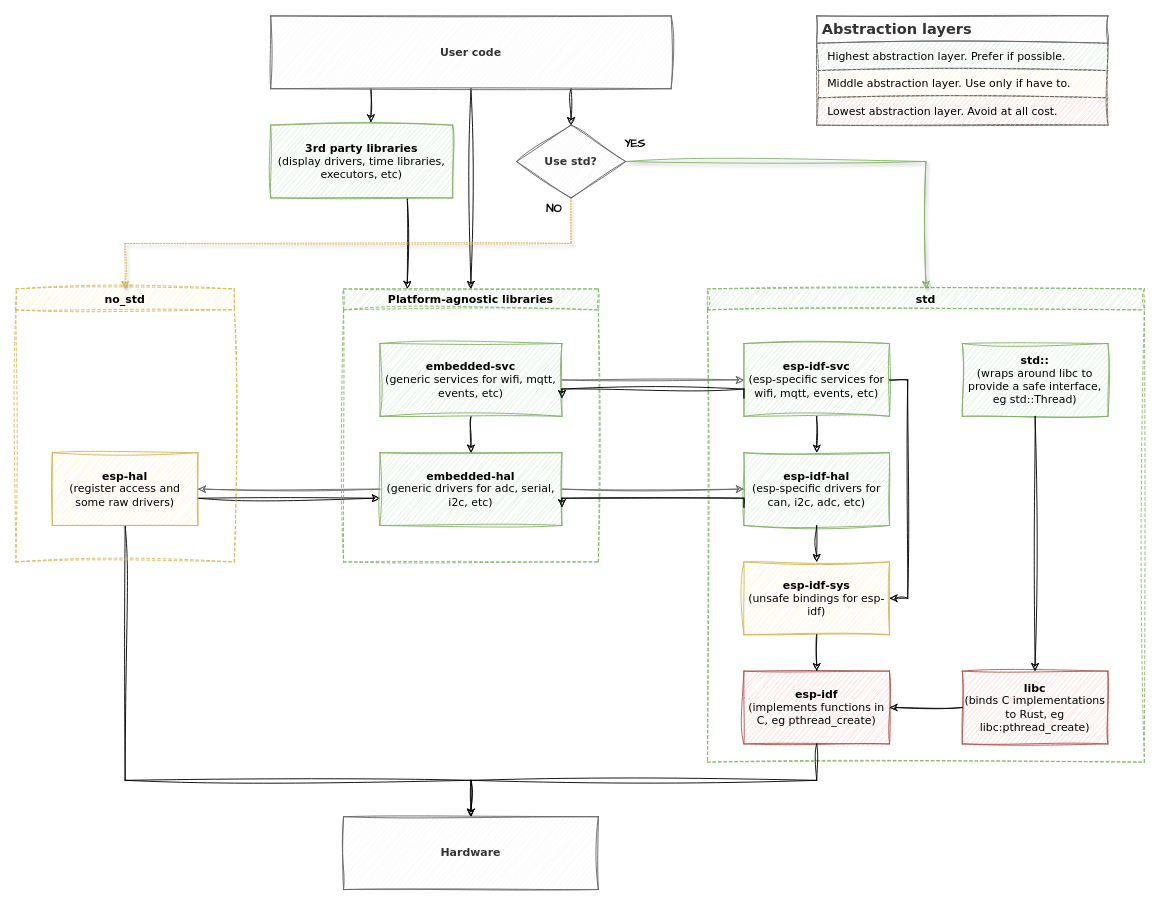
Before: Untitled Diagram.drawio in JaagupAverin/drawio-new, a draw.io diagram. Source tidied: cells renumbered, new cells numbered last; positions are measured from the earlier drawing's top-left corner, leaving out a move shared by most shapes. Both pictures are drawn from the tidied source at 91%, with x=0, y=0 at pixel (15, 15).
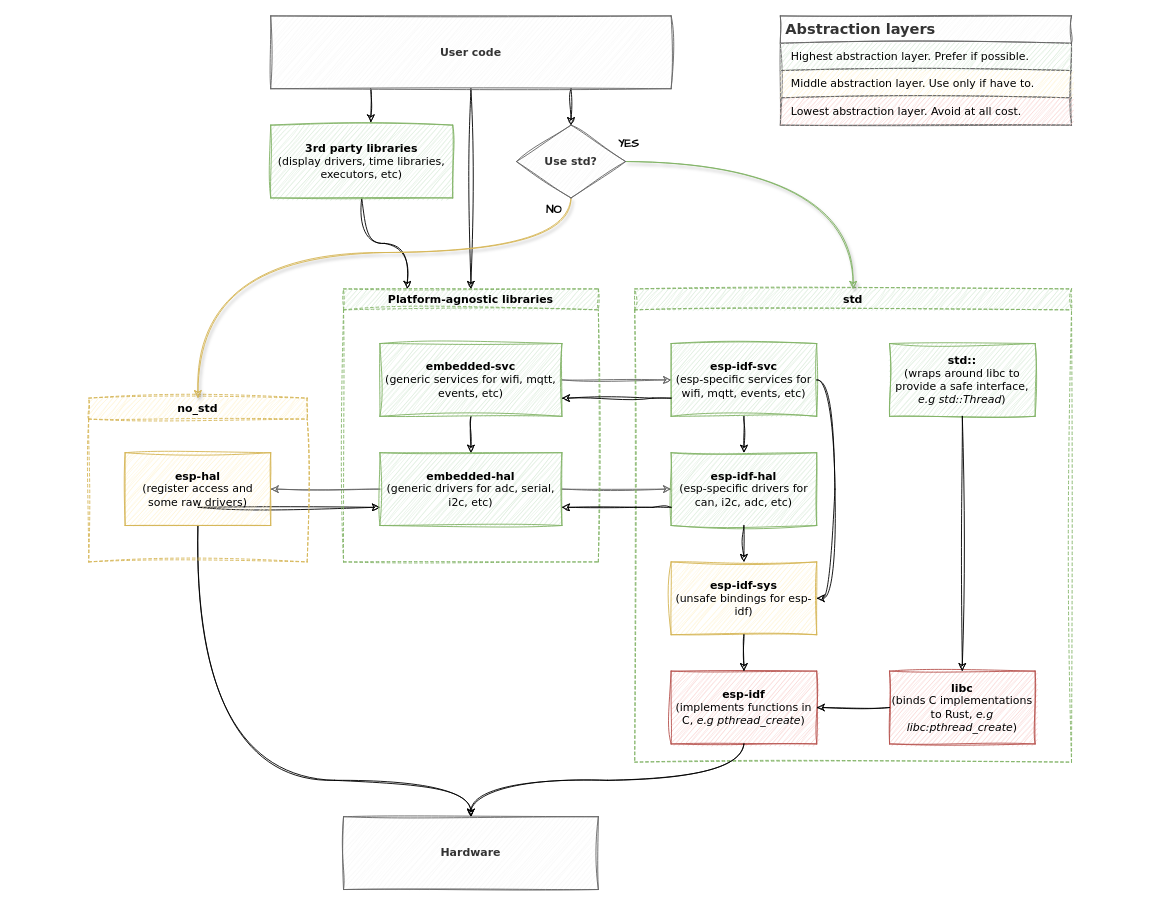
The same diagram, later.

The change refers to these unchanged cells:
```xml
<mxCell id="5" value="&lt;b&gt;Hardware&lt;/b&gt;" style="whiteSpace=wrap;html=1;rounded=0;fillColor=#f5f5f5;strokeColor=#666666;fontColor=#333333;sketch=1;curveFitting=1;jiggle=2;fontFamily=Verdana;" parent="1" vertex="1">
  <mxGeometry x="360" y="880" width="280" height="80" as="geometry" />
</mxCell>
<mxCell id="7" value="&lt;b&gt;3rd party libraries&lt;br&gt;&lt;/b&gt;(display drivers, time libraries, executors, etc)" style="whiteSpace=wrap;html=1;fillColor=#d5e8d4;strokeColor=#82b366;sketch=1;curveFitting=1;jiggle=2;fontFamily=Verdana;" parent="1" vertex="1">
  <mxGeometry x="280" y="120" width="200" height="80" as="geometry" />
</mxCell>
<mxCell id="10" value="&lt;b&gt;embedded-hal&lt;/b&gt;&lt;br&gt;(generic drivers for adc, serial, i2c, etc)" style="whiteSpace=wrap;html=1;rounded=0;fillColor=#d5e8d4;strokeColor=#82b366;sketch=1;curveFitting=1;jiggle=2;fontFamily=Verdana;" parent="1" vertex="1">
  <mxGeometry x="400" y="480" width="200" height="80" as="geometry" />
</mxCell>
<mxCell id="13" value="&lt;b&gt;embedded-svc&lt;/b&gt;&lt;br&gt;(generic services for wifi, mqtt, events, etc)" style="whiteSpace=wrap;html=1;fillColor=#d5e8d4;strokeColor=#82b366;sketch=1;curveFitting=1;jiggle=2;fontFamily=Verdana;" parent="1" vertex="1">
  <mxGeometry x="400" y="360" width="200" height="80" as="geometry" />
</mxCell>
<mxCell id="18" value="Platform-agnostic libraries" style="swimlane;whiteSpace=wrap;html=1;dashed=1;fillColor=#d5e8d4;strokeColor=#82b366;sketch=1;curveFitting=1;jiggle=2;fontFamily=Verdana;" parent="1" vertex="1">
  <mxGeometry x="360" y="300" width="280" height="300" as="geometry" />
</mxCell>
<mxCell id="21" value="&lt;b&gt;esp-idf-hal&lt;br&gt;&lt;/b&gt;(esp-specific drivers for can, i2c, adc, etc)" style="whiteSpace=wrap;html=1;fillColor=#d5e8d4;strokeColor=#82b366;sketch=1;curveFitting=1;jiggle=2;fontFamily=Verdana;" parent="20" vertex="1">
  <mxGeometry x="40" y="180" width="160" height="80" as="geometry" />
</mxCell>
<mxCell id="23" value="&lt;b&gt;esp-idf-svc&lt;/b&gt;&lt;br&gt;(esp-specific services for wifi, mqtt, events, etc)" style="whiteSpace=wrap;html=1;fillColor=#d5e8d4;strokeColor=#82b366;sketch=1;curveFitting=1;jiggle=2;fontFamily=Verdana;" parent="20" vertex="1">
  <mxGeometry x="40" y="60" width="160" height="80" as="geometry" />
</mxCell>
<mxCell id="24" value="&lt;b&gt;esp-idf-sys&lt;br&gt;&lt;/b&gt;(unsafe bindings for esp-idf)" style="whiteSpace=wrap;html=1;fillColor=#fff2cc;strokeColor=#d6b656;sketch=1;curveFitting=1;jiggle=2;fontFamily=Verdana;" parent="20" vertex="1">
  <mxGeometry x="40" y="300" width="160" height="80" as="geometry" />
</mxCell>
<mxCell id="38" value="&lt;b&gt;Use std?&lt;/b&gt;" style="rhombus;whiteSpace=wrap;html=1;fillColor=#f5f5f5;strokeColor=#666666;fontColor=#333333;sketch=1;curveFitting=1;jiggle=2;fontFamily=Verdana;" parent="1" vertex="1">
  <mxGeometry x="550" y="120" width="120" height="80" as="geometry" />
</mxCell>
```

What changed in the source:
```diff
@@
-    <mxCell id="2" style="edgeStyle=orthogonalEdgeStyle;rounded=0;jettySize=auto;html=1;exitX=0.5;exitY=1;exitDx=0;exitDy=0;sketch=1;curveFitting=1;jiggle=2;fontFamily=Verdana;" parent="1" edge="1" source="4" target="5">
+    <mxCell id="2" style="edgeStyle=orthogonalEdgeStyle;jettySize=auto;html=1;exitX=0.5;exitY=1;exitDx=0;exitDy=0;sketch=1;curveFitting=1;jiggle=2;fontFamily=Verdana;curved=1;" parent="1" edge="1" source="4" target="5">
       <mxGeometry relative="1" as="geometry">
         <Array as="points">
-          <mxPoint x="120" y="840" />
+          <mxPoint x="200" y="840" />
           <mxPoint x="500" y="840" />
         </Array>
       </mxGeometry>
     </mxCell>
     <mxCell id="3" style="edgeStyle=orthogonalEdgeStyle;rounded=0;orthogonalLoop=1;jettySize=auto;html=1;exitX=1;exitY=0.75;exitDx=0;exitDy=0;entryX=0;entryY=0.75;entryDx=0;entryDy=0;sketch=1;curveFitting=1;jiggle=2;" parent="1" edge="1">
       <mxGeometry relative="1" as="geometry">
-        <mxPoint x="200" y="530" as="sourcePoint" />
-        <mxPoint x="400" y="530" as="targetPoint" />
+        <mxPoint x="200" y="540" as="sourcePoint" />
+        <mxPoint x="400" y="540" as="targetPoint" />
       </mxGeometry>
     </mxCell>
     <mxCell id="4" value="&lt;b&gt;esp-hal&lt;/b&gt;&lt;br&gt;(register access and some raw drivers)" style="rounded=0;whiteSpace=wrap;html=1;fillColor=#fff2cc;strokeColor=#d6b656;sketch=1;curveFitting=1;jiggle=2;fontFamily=Verdana;" parent="1" vertex="1">
-      <mxGeometry x="40" y="480" width="160" height="80" as="geometry" />
+      <mxGeometry x="120" y="480" width="160" height="80" as="geometry" />
     </mxCell>
@@
-    <mxCell id="6" style="edgeStyle=orthogonalEdgeStyle;rounded=0;jettySize=auto;html=1;exitX=0.75;exitY=1;exitDx=0;exitDy=0;entryX=0.25;entryY=0;entryDx=0;entryDy=0;sketch=1;curveFitting=1;jiggle=2;fontFamily=Verdana;" parent="1" edge="1" source="7" target="18">
+    <mxCell id="6" style="edgeStyle=orthogonalEdgeStyle;jettySize=auto;html=1;exitX=0.5;exitY=1;exitDx=0;exitDy=0;entryX=0.25;entryY=0;entryDx=0;entryDy=0;sketch=1;curveFitting=1;jiggle=2;fontFamily=Verdana;curved=1;" parent="1" edge="1" source="7" target="18">
       <mxGeometry relative="1" as="geometry" />
     </mxCell>
@@
     <mxCell id="19" value="no_std" style="swimlane;whiteSpace=wrap;html=1;dashed=1;fillColor=#fff2cc;strokeColor=#d6b656;sketch=1;curveFitting=1;jiggle=2;shadow=0;fontFamily=Verdana;" parent="1" vertex="1">
-      <mxGeometry y="300" width="240" height="300" as="geometry" />
+      <mxGeometry x="80" y="420" width="240" height="180" as="geometry" />
     </mxCell>
     <mxCell id="20" value="std" style="swimlane;whiteSpace=wrap;html=1;dashed=1;fillColor=#d5e8d4;strokeColor=#82b366;glass=0;shadow=0;sketch=1;curveFitting=1;jiggle=2;fontFamily=Verdana;" parent="1" vertex="1">
-      <mxGeometry x="760" y="300" width="480" height="520" as="geometry" />
+      <mxGeometry x="680" y="300" width="480" height="520" as="geometry" />
     </mxCell>
@@
-    <mxCell id="26" style="edgeStyle=orthogonalEdgeStyle;rounded=0;jettySize=auto;html=1;exitX=1;exitY=0.5;exitDx=0;exitDy=0;entryX=1;entryY=0.5;entryDx=0;entryDy=0;sketch=1;curveFitting=1;jiggle=2;fontFamily=Verdana;" parent="20" edge="1" source="23" target="24">
+    <mxCell id="26" style="edgeStyle=orthogonalEdgeStyle;jettySize=auto;html=1;exitX=1;exitY=0.5;exitDx=0;exitDy=0;entryX=1;entryY=0.5;entryDx=0;entryDy=0;sketch=1;curveFitting=1;jiggle=2;fontFamily=Verdana;curved=1;" parent="20" edge="1" source="23" target="24">
       <mxGeometry relative="1" as="geometry" />
     </mxCell>
-    <mxCell id="27" value="&lt;b&gt;esp-idf&lt;/b&gt;&lt;br&gt;(implements functions in C, eg pthread_create)" style="whiteSpace=wrap;html=1;fillColor=#f8cecc;strokeColor=#b85450;sketch=1;curveFitting=1;jiggle=2;fontFamily=Verdana;" parent="20" vertex="1">
+    <mxCell id="27" value="&lt;b&gt;esp-idf&lt;/b&gt;&lt;br&gt;(implements functions in C,&lt;i&gt; e.g pthread_create&lt;/i&gt;)" style="whiteSpace=wrap;html=1;fillColor=#f8cecc;strokeColor=#b85450;sketch=1;curveFitting=1;jiggle=2;fontFamily=Verdana;" parent="20" vertex="1">
       <mxGeometry x="40" y="420" width="160" height="80" as="geometry" />
     </mxCell>
@@
-    <mxCell id="29" value="&lt;b&gt;std::&lt;/b&gt;&lt;br&gt;(wraps around libc to provide a safe interface, eg std::Thread)" style="whiteSpace=wrap;html=1;fillColor=#d5e8d4;strokeColor=#82b366;sketch=1;curveFitting=1;jiggle=2;fontFamily=Verdana;" parent="20" vertex="1">
+    <mxCell id="29" value="&lt;b&gt;std::&lt;/b&gt;&lt;br&gt;(wraps around libc to provide a safe interface, &lt;i&gt;e.g std::Thread&lt;/i&gt;)" style="whiteSpace=wrap;html=1;fillColor=#d5e8d4;strokeColor=#82b366;sketch=1;curveFitting=1;jiggle=2;fontFamily=Verdana;" parent="20" vertex="1">
       <mxGeometry x="280" y="60" width="160" height="80" as="geometry" />
     </mxCell>
-    <mxCell id="30" value="&lt;b&gt;libc&lt;/b&gt;&lt;br&gt;(binds C implementations to Rust, eg libc:pthread_create)" style="whiteSpace=wrap;html=1;fillColor=#f8cecc;strokeColor=#b85450;sketch=1;curveFitting=1;jiggle=2;fontFamily=Verdana;" parent="20" vertex="1">
+    <mxCell id="30" value="&lt;b&gt;libc&lt;/b&gt;&lt;br&gt;(binds C implementations to Rust,&lt;i&gt; e.g libc:pthread_create&lt;/i&gt;)" style="whiteSpace=wrap;html=1;fillColor=#f8cecc;strokeColor=#b85450;sketch=1;curveFitting=1;jiggle=2;fontFamily=Verdana;" parent="20" vertex="1">
       <mxGeometry x="280" y="420" width="160" height="80" as="geometry" />
     </mxCell>
@@
-    <mxCell id="33" style="edgeStyle=orthogonalEdgeStyle;rounded=0;jettySize=auto;html=1;exitX=0.5;exitY=1;exitDx=0;exitDy=0;entryX=0.5;entryY=0;entryDx=0;entryDy=0;sketch=1;curveFitting=1;jiggle=2;fontFamily=Verdana;" parent="1" edge="1" source="27" target="5">
+    <mxCell id="33" style="edgeStyle=orthogonalEdgeStyle;jettySize=auto;html=1;exitX=0.5;exitY=1;exitDx=0;exitDy=0;entryX=0.5;entryY=0;entryDx=0;entryDy=0;sketch=1;curveFitting=1;jiggle=2;fontFamily=Verdana;curved=1;" parent="1" edge="1" source="27" target="5">
       <mxGeometry relative="1" as="geometry" />
     </mxCell>
-    <mxCell id="34" style="edgeStyle=orthogonalEdgeStyle;rounded=0;jettySize=auto;html=1;exitX=1;exitY=0.5;exitDx=0;exitDy=0;entryX=0.5;entryY=0;entryDx=0;entryDy=0;fillColor=#d5e8d4;strokeColor=#82b366;sketch=1;curveFitting=1;jiggle=2;shadow=1;fontFamily=Verdana;" parent="1" edge="1" source="38" target="20">
+    <mxCell id="34" style="edgeStyle=orthogonalEdgeStyle;jettySize=auto;html=1;exitX=1;exitY=0.5;exitDx=0;exitDy=0;entryX=0.5;entryY=0;entryDx=0;entryDy=0;fillColor=#d5e8d4;strokeColor=#82b366;sketch=1;curveFitting=1;jiggle=2;shadow=1;fontFamily=Verdana;curved=1;" parent="1" edge="1" source="38" target="20">
       <mxGeometry relative="1" as="geometry" />
     </mxCell>
@@
-    <mxCell id="36" style="edgeStyle=orthogonalEdgeStyle;rounded=0;jettySize=auto;html=1;exitX=0.5;exitY=1;exitDx=0;exitDy=0;entryX=0.5;entryY=0;entryDx=0;entryDy=0;dashed=1;dashPattern=1 2;sketch=1;curveFitting=1;jiggle=2;fillColor=#fff2cc;strokeColor=#d6b656;shadow=1;fontFamily=Verdana;" parent="1" edge="1" source="38" target="19">
+    <mxCell id="36" style="edgeStyle=orthogonalEdgeStyle;jettySize=auto;html=1;exitX=0.5;exitY=1;exitDx=0;exitDy=0;entryX=0.5;entryY=0;entryDx=0;entryDy=0;sketch=1;curveFitting=1;jiggle=2;fillColor=#fff2cc;strokeColor=#d6b656;shadow=1;fontFamily=Verdana;curved=1;" parent="1" edge="1" source="38" target="19">
       <mxGeometry relative="1" as="geometry">
         <Array as="points">
-          <mxPoint x="610" y="250" />
-          <mxPoint x="120" y="250" />
+          <mxPoint x="610" y="260" />
+          <mxPoint x="200" y="260" />
         </Array>
       </mxGeometry>
     </mxCell>
@@
     <mxCell id="39" value="Abstraction layers" style="shape=table;startSize=30;childLayout=tableLayout;fontSize=16;align=left;verticalAlign=top;fillColor=#f5f5f5;strokeColor=#666666;fontColor=#333333;fontStyle=1;spacingLeft=6;spacing=0;sketch=1;curveFitting=1;jiggle=2;fontFamily=Verdana;" parent="1" vertex="1">
-      <mxGeometry x="880" width="320" height="120" as="geometry" />
+      <mxGeometry x="840" width="320" height="120" as="geometry" />
     </mxCell>
@@
     <mxCell id="46" style="edgeStyle=orthogonalEdgeStyle;rounded=0;jettySize=auto;html=1;exitX=0;exitY=0.75;exitDx=0;exitDy=0;entryX=1;entryY=0.75;entryDx=0;entryDy=0;sketch=1;curveFitting=1;jiggle=2;" parent="1" edge="1" source="23" target="13">
       <mxGeometry relative="1" as="geometry">
         <Array as="points">
-          <mxPoint x="800" y="410" />
-          <mxPoint x="600" y="410" />
+          <mxPoint x="700" y="420" />
+          <mxPoint x="700" y="420" />
         </Array>
       </mxGeometry>
     </mxCell>
     <mxCell id="47" style="edgeStyle=orthogonalEdgeStyle;rounded=0;jettySize=auto;html=1;exitX=0;exitY=0.75;exitDx=0;exitDy=0;entryX=1;entryY=0.75;entryDx=0;entryDy=0;sketch=1;curveFitting=1;jiggle=2;" parent="1" edge="1" source="21" target="10">
       <mxGeometry relative="1" as="geometry">
         <Array as="points">
-          <mxPoint x="800" y="530" />
-          <mxPoint x="600" y="530" />
+          <mxPoint x="700" y="540" />
+          <mxPoint x="700" y="540" />
         </Array>
       </mxGeometry>
     </mxCell>
```
